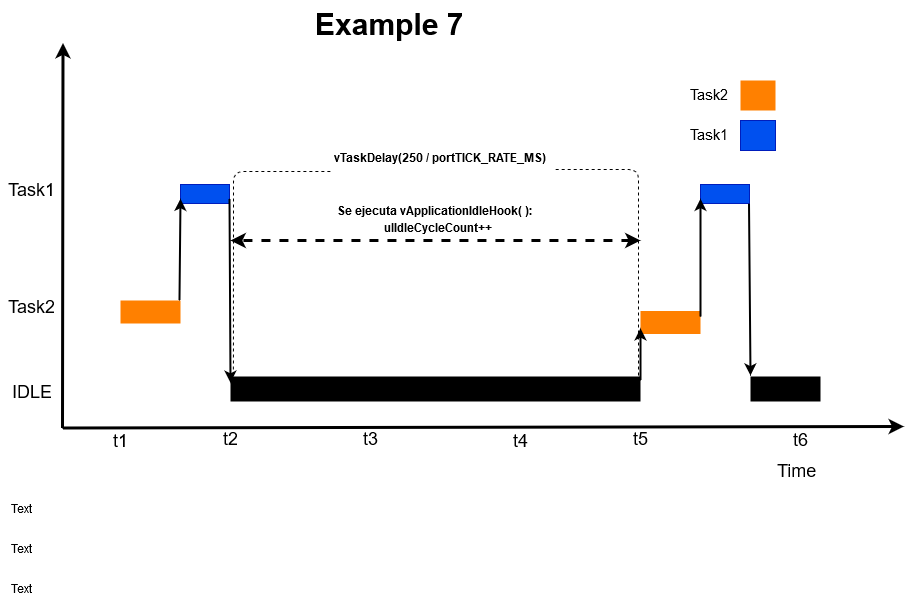
This is TP3/Imagenes/Example7.png from MIDORIINU/Sistemas_embebidos, a draw.io export, as it was before one commit. Source tidied: cells renumbered, new cells last; positions are measured from the earlier drawing's top-left corner, leaving out a move shared by most shapes. Its diagram source:
```xml
<mxGraphModel background="#ffffff">
  <root>
    <mxCell id="0" />
    <mxCell id="1" parent="0" />
    <mxCell id="2" style="whiteSpace=wrap;fillColor=#FF8000;gradientColor=none;gradientDirection=east;strokeColor=none;html=1;fontColor=#23445d;" parent="1" vertex="1">
      <mxGeometry x="120" y="300" width="60" height="23" as="geometry" />
    </mxCell>
    <mxCell id="3" style="edgeStyle=none;html=1;fontColor=#000000;strokeWidth=3;strokeColor=#000000;" parent="1" edge="1">
      <mxGeometry relative="1" as="geometry">
        <mxPoint x="62" y="427.5" as="sourcePoint" />
        <mxPoint x="62.5" y="42.5" as="targetPoint" />
      </mxGeometry>
    </mxCell>
    <mxCell id="4" style="whiteSpace=wrap;fillColor=#0050ef;gradientDirection=east;strokeColor=#001DBC;html=1;fontColor=#ffffff;" parent="1" vertex="1">
      <mxGeometry x="180" y="184" width="49" height="19" as="geometry" />
    </mxCell>
    <mxCell id="5" style="edgeStyle=none;html=1;fontColor=#000000;strokeWidth=3;strokeColor=#000000;entryX=1.017;entryY=-0.067;entryDx=0;entryDy=0;entryPerimeter=0;" parent="1" edge="1" target="20">
      <mxGeometry relative="1" as="geometry">
        <mxPoint x="62" y="427.5" as="sourcePoint" />
      </mxGeometry>
    </mxCell>
    <mxCell id="6" value="Time" style="text;spacingTop=-5;html=1;fontSize=18;fontStyle=0;fontColor=#000000;strokeColor=none;" parent="1" vertex="1">
      <mxGeometry x="775" y="459.5" width="80" height="20" as="geometry" />
    </mxCell>
    <mxCell id="7" value="t1" style="text;spacingTop=-5;align=center;verticalAlign=middle;fontStyle=0;html=1;fontSize=18;fontColor=#000000;strokeColor=none;" parent="1" vertex="1">
      <mxGeometry x="60.5" y="429.5" width="120" height="30" as="geometry" />
    </mxCell>
    <mxCell id="8" value="t2" style="text;spacingTop=-5;align=center;verticalAlign=middle;fontStyle=0;html=1;fontSize=18;fontColor=#000000;strokeColor=none;" parent="1" vertex="1">
      <mxGeometry x="170" y="427.5" width="120" height="30" as="geometry" />
    </mxCell>
    <mxCell id="9" value="t3" style="text;spacingTop=-5;align=center;verticalAlign=middle;fontStyle=0;html=1;fontSize=18;fontColor=#000000;strokeColor=none;" parent="1" vertex="1">
      <mxGeometry x="310" y="427.5" width="120" height="30" as="geometry" />
    </mxCell>
    <mxCell id="10" style="whiteSpace=wrap;fillColor=#0050ef;gradientDirection=east;strokeColor=#001DBC;html=1;fontColor=#ffffff;" parent="1" vertex="1">
      <mxGeometry x="740" y="120" width="35" height="30" as="geometry" />
    </mxCell>
    <mxCell id="11" style="whiteSpace=wrap;fillColor=#FF8000;gradientColor=none;gradientDirection=east;strokeColor=none;html=1;fontColor=#23445d;" parent="1" vertex="1">
      <mxGeometry x="740" y="80" width="35" height="30" as="geometry" />
    </mxCell>
    <mxCell id="12" value="Task2" style="text;spacingTop=-5;html=1;fontColor=#000000;fontSize=15;" parent="1" vertex="1">
      <mxGeometry x="687.5" y="85" width="49" height="20" as="geometry" />
    </mxCell>
    <mxCell id="13" value="Task1" style="text;spacingTop=-5;html=1;fontColor=#000000;fontSize=15;" parent="1" vertex="1">
      <mxGeometry x="687.5" y="125" width="80" height="20" as="geometry" />
    </mxCell>
    <mxCell id="14" value="Task2" style="text;spacingTop=-5;align=center;verticalAlign=middle;fontStyle=0;html=1;fontSize=18;fontColor=#000000;" parent="1" vertex="1">
      <mxGeometry x="10" y="245.5" width="43" height="130" as="geometry" />
    </mxCell>
    <mxCell id="15" value="Task1" style="text;spacingTop=-5;align=center;verticalAlign=middle;fontStyle=0;html=1;fontSize=18;fontColor=#000000;" parent="1" vertex="1">
      <mxGeometry x="2.5" y="128.5" width="58" height="130" as="geometry" />
    </mxCell>
    <mxCell id="16" value="Example 7" style="text;spacingTop=-5;align=center;verticalAlign=middle;fontSize=30;fontStyle=1;html=1;fontColor=#000000;" parent="1" vertex="1">
      <mxGeometry x="253.5" width="270" height="55" as="geometry" />
    </mxCell>
    <mxCell id="17" value="t5" style="text;spacingTop=-5;align=center;verticalAlign=middle;fontStyle=0;html=1;fontSize=18;fontColor=#000000;strokeColor=none;" parent="1" vertex="1">
      <mxGeometry x="580" y="427.5" width="120" height="30" as="geometry" />
    </mxCell>
    <mxCell id="18" style="whiteSpace=wrap;fillColor=#000000;gradientColor=none;gradientDirection=east;strokeColor=none;html=1;fontColor=#23445d;" parent="1" vertex="1">
      <mxGeometry x="230" y="376" width="410" height="25" as="geometry" />
    </mxCell>
    <mxCell id="19" value="t4" style="text;spacingTop=-5;align=center;verticalAlign=middle;fontStyle=0;html=1;fontSize=18;fontColor=#000000;strokeColor=none;" parent="1" vertex="1">
      <mxGeometry x="460" y="429.5" width="120" height="30" as="geometry" />
    </mxCell>
    <mxCell id="20" value="t6" style="text;spacingTop=-5;align=center;verticalAlign=middle;fontStyle=0;html=1;fontSize=18;fontColor=#000000;strokeColor=none;" parent="1" vertex="1">
      <mxGeometry x="700" y="428" width="200" height="30" as="geometry" />
    </mxCell>
    <mxCell id="21" style="endArrow=classic;html=1;strokeWidth=2;exitX=0.983;exitY=0;exitDx=0;exitDy=0;exitPerimeter=0;entryX=0;entryY=0.75;entryDx=0;entryDy=0;" parent="1" edge="1" source="2" target="4">
      <mxGeometry relative="1" as="geometry" />
    </mxCell>
    <mxCell id="22" style="whiteSpace=wrap;fillColor=#FF8000;gradientColor=none;gradientDirection=east;strokeColor=none;html=1;fontColor=#23445d;" parent="1" vertex="1">
      <mxGeometry x="640" y="310.5" width="60" height="23" as="geometry" />
    </mxCell>
    <mxCell id="23" style="whiteSpace=wrap;fillColor=#0050ef;gradientDirection=east;strokeColor=#001DBC;html=1;fontColor=#ffffff;" parent="1" vertex="1">
      <mxGeometry x="700" y="184" width="49" height="19" as="geometry" />
    </mxCell>
    <mxCell id="24" style="endArrow=classic;html=1;strokeWidth=2;entryX=0;entryY=0.25;entryDx=0;entryDy=0;exitX=1;exitY=0.75;exitDx=0;exitDy=0;" parent="1" edge="1" source="4" target="18">
      <mxGeometry relative="1" as="geometry" />
    </mxCell>
    <mxCell id="25" style="endArrow=classic;html=1;strokeWidth=2;entryX=0;entryY=0.75;entryDx=0;entryDy=0;exitX=1;exitY=0.16;exitDx=0;exitDy=0;exitPerimeter=0;" parent="1" edge="1" source="18" target="22">
      <mxGeometry relative="1" as="geometry" />
    </mxCell>
    <mxCell id="26" style="endArrow=classic;html=1;strokeWidth=2;entryX=0;entryY=0.75;entryDx=0;entryDy=0;exitX=1;exitY=0.25;exitDx=0;exitDy=0;" parent="1" edge="1" source="22" target="23">
      <mxGeometry relative="1" as="geometry" />
    </mxCell>
    <mxCell id="27" value="IDLE" style="text;spacingTop=-5;align=center;verticalAlign=middle;fontStyle=0;html=1;fontSize=18;fontColor=#000000;" parent="1" vertex="1">
      <mxGeometry x="10" y="375.5" width="43" height="40" as="geometry" />
    </mxCell>
    <mxCell id="28" style="whiteSpace=wrap;fillColor=#000000;gradientColor=none;gradientDirection=east;strokeColor=none;html=1;fontColor=#23445d;" parent="1" vertex="1">
      <mxGeometry x="750" y="376" width="70" height="25" as="geometry" />
    </mxCell>
    <mxCell id="29" style="endArrow=classic;html=1;strokeWidth=2;entryX=0;entryY=-0.04;entryDx=0;entryDy=0;exitX=1;exitY=0.75;exitDx=0;exitDy=0;entryPerimeter=0;" parent="1" edge="1" target="28">
      <mxGeometry relative="1" as="geometry">
        <mxPoint x="748.5" y="203.2" as="sourcePoint" />
      </mxGeometry>
    </mxCell>
    <mxCell id="30" value="Text" style="text;html=1;strokeColor=none;fillColor=none;align=center;verticalAlign=middle;whiteSpace=wrap;rounded=0;" parent="1" vertex="1">
      <mxGeometry y="500" width="40" height="20" as="geometry" />
    </mxCell>
    <mxCell id="31" value="&lt;b&gt;vTaskDelay(250 / portTICK_RATE_MS)&lt;/b&gt;" style="text;html=1;points=[];align=left;verticalAlign=top;spacingTop=-4;" parent="1" vertex="1">
      <mxGeometry x="332" y="150" width="230" height="20" as="geometry" />
    </mxCell>
    <mxCell id="32" style="endArrow=none;dashed=1;html=1;entryX=-0.005;entryY=1.05;entryDx=0;entryDy=0;entryPerimeter=0;exitX=0.007;exitY=-0.04;exitDx=0;exitDy=0;exitPerimeter=0;" parent="1" edge="1" source="18" target="31">
      <mxGeometry relative="1" as="geometry">
        <Array as="points">
          <mxPoint x="233" y="171" />
        </Array>
      </mxGeometry>
    </mxCell>
    <mxCell id="33" style="endArrow=none;dashed=1;html=1;exitX=0.995;exitY=-0.04;exitDx=0;exitDy=0;exitPerimeter=0;entryX=0.963;entryY=0.95;entryDx=0;entryDy=0;entryPerimeter=0;" parent="1" edge="1" source="18" target="31">
      <mxGeometry relative="1" as="geometry">
        <Array as="points">
          <mxPoint x="638" y="169" />
        </Array>
      </mxGeometry>
    </mxCell>
    <mxCell id="34" value="Text" style="text;html=1;strokeColor=none;fillColor=none;align=center;verticalAlign=middle;whiteSpace=wrap;rounded=0;" parent="1" vertex="1">
      <mxGeometry y="540" width="40" height="20" as="geometry" />
    </mxCell>
    <mxCell id="35" value="&lt;b&gt;ulIdleCycleCount++&lt;/b&gt;" style="text;html=1;" parent="1" vertex="1">
      <mxGeometry x="382" y="215.5" width="130" height="30" as="geometry" />
    </mxCell>
    <mxCell id="36" style="endArrow=classic;startArrow=classic;html=1;strokeWidth=3;dashed=1;" parent="1" edge="1">
      <mxGeometry relative="1" as="geometry">
        <mxPoint x="640" y="240" as="sourcePoint" />
        <mxPoint x="230" y="240" as="targetPoint" />
      </mxGeometry>
    </mxCell>
    <mxCell id="37" value="Text" style="text;html=1;strokeColor=none;fillColor=none;align=center;verticalAlign=middle;whiteSpace=wrap;rounded=0;" parent="1" vertex="1">
      <mxGeometry y="580" width="40" height="20" as="geometry" />
    </mxCell>
    <mxCell id="38" value="&lt;b&gt;Se ejecuta &lt;span class=&quot;fontstyle0&quot;&gt;vApplicationIdleHook( ):&lt;/span&gt;&lt;/b&gt;" style="text;html=1;align=left;verticalAlign=top;spacingTop=-4;" parent="1" vertex="1">
      <mxGeometry x="335" y="203" width="210" height="20" as="geometry" />
    </mxCell>
  </root>
</mxGraphModel>
```
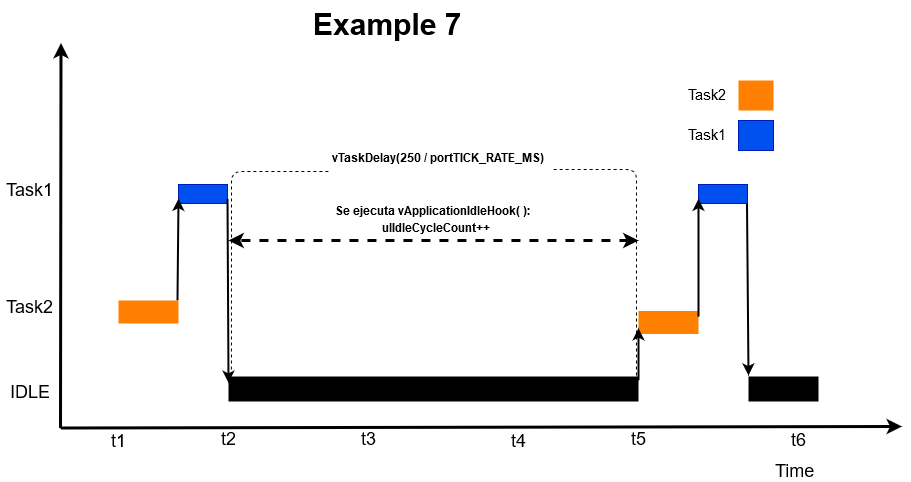
After the commit.

Commit message:
Correcciones al diagrama temporal del ejemplo 7.

The edit, as a diff of the source:
```diff
@@ -93,9 +93,6 @@
         <mxPoint x="748.5" y="203.2" as="sourcePoint" />
       </mxGeometry>
     </mxCell>
-    <mxCell id="30" value="Text" style="text;html=1;strokeColor=none;fillColor=none;align=center;verticalAlign=middle;whiteSpace=wrap;rounded=0;" parent="1" vertex="1">
-      <mxGeometry y="500" width="40" height="20" as="geometry" />
-    </mxCell>
     <mxCell id="31" value="&lt;b&gt;vTaskDelay(250 / portTICK_RATE_MS)&lt;/b&gt;" style="text;html=1;points=[];align=left;verticalAlign=top;spacingTop=-4;" parent="1" vertex="1">
       <mxGeometry x="332" y="150" width="230" height="20" as="geometry" />
     </mxCell>
@@ -113,9 +110,6 @@
         </Array>
       </mxGeometry>
     </mxCell>
-    <mxCell id="34" value="Text" style="text;html=1;strokeColor=none;fillColor=none;align=center;verticalAlign=middle;whiteSpace=wrap;rounded=0;" parent="1" vertex="1">
-      <mxGeometry y="540" width="40" height="20" as="geometry" />
-    </mxCell>
     <mxCell id="35" value="&lt;b&gt;ulIdleCycleCount++&lt;/b&gt;" style="text;html=1;" parent="1" vertex="1">
       <mxGeometry x="382" y="215.5" width="130" height="30" as="geometry" />
     </mxCell>
@@ -125,9 +119,6 @@
         <mxPoint x="230" y="240" as="targetPoint" />
       </mxGeometry>
     </mxCell>
-    <mxCell id="37" value="Text" style="text;html=1;strokeColor=none;fillColor=none;align=center;verticalAlign=middle;whiteSpace=wrap;rounded=0;" parent="1" vertex="1">
-      <mxGeometry y="580" width="40" height="20" as="geometry" />
-    </mxCell>
     <mxCell id="38" value="&lt;b&gt;Se ejecuta &lt;span class=&quot;fontstyle0&quot;&gt;vApplicationIdleHook( ):&lt;/span&gt;&lt;/b&gt;" style="text;html=1;align=left;verticalAlign=top;spacingTop=-4;" parent="1" vertex="1">
       <mxGeometry x="335" y="203" width="210" height="20" as="geometry" />
     </mxCell>
```
